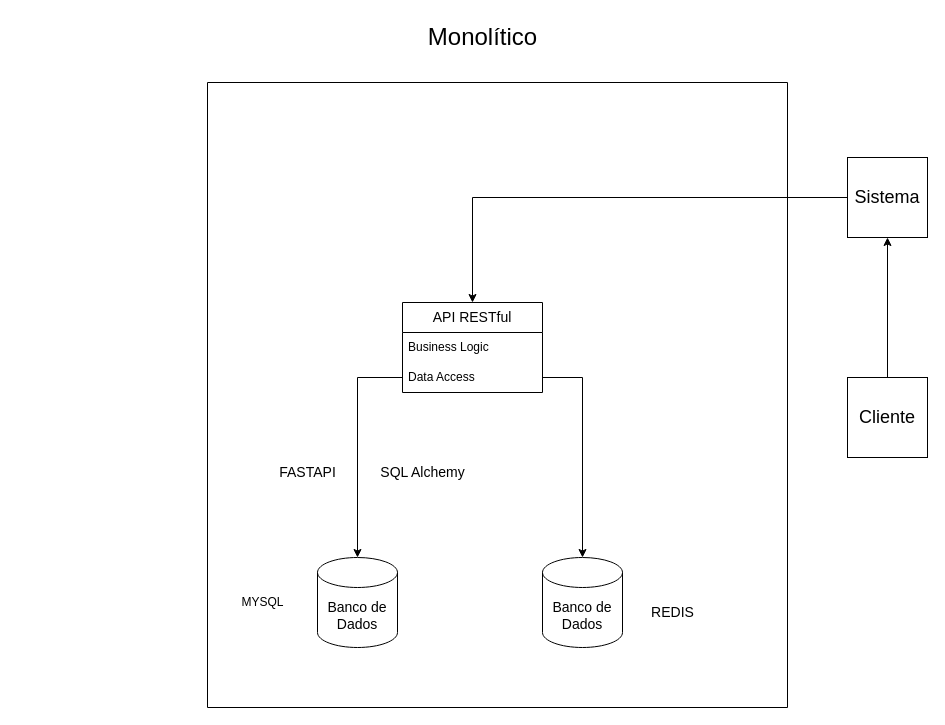
DavidGaleno/api-games keeps this draw.io diagram as Arquitetura Games Database API.drawio. Above is the earlier version. Source tidied: cells renumbered, new cells numbered last; positions are measured from the earlier drawing's top-left corner, leaving out a move shared by most shapes. Both pictures are drawn from the tidied source at 100%, with x=0, y=0 at pixel (207, 17).
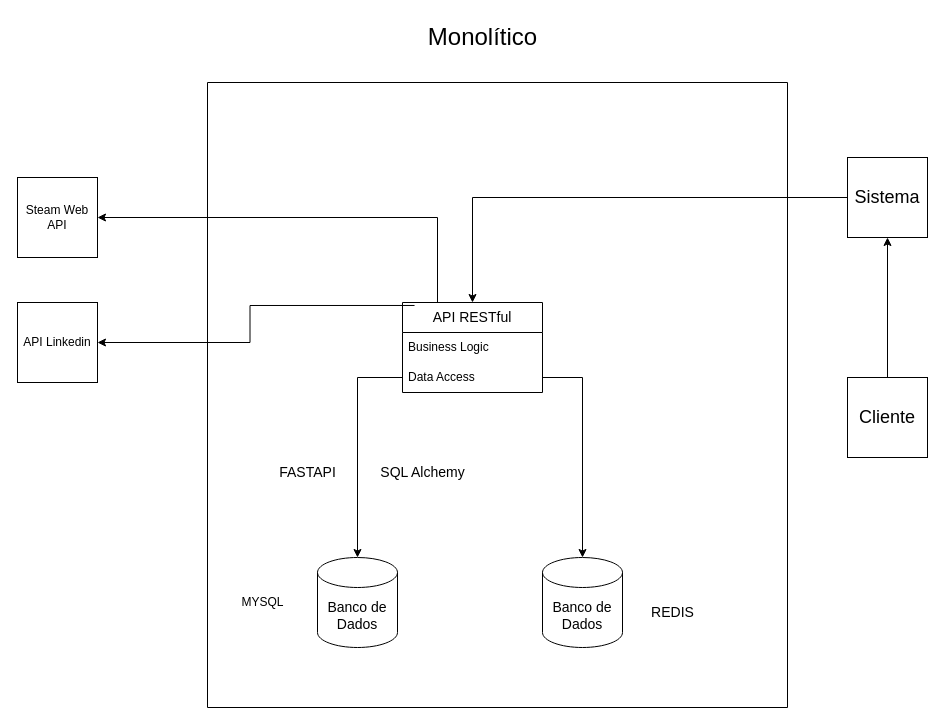
Above is the later version.

The change refers to these unchanged cells:
```xml
<mxCell id="9" value="&lt;font style=&quot;font-size: 14px;&quot;&gt;API RESTful&lt;/font&gt;" style="swimlane;fontStyle=0;horizontal=1;startSize=30;whiteSpace=wrap;html=1;" parent="1" vertex="1">
  <mxGeometry x="195" y="285" width="140" height="90" as="geometry" />
</mxCell>
```

What changed in the source:
```diff
@@
+    <mxCell id="19" style="edgeStyle=orthogonalEdgeStyle;rounded=0;jettySize=auto;html=1;entryX=1;entryY=0.5;entryDx=0;entryDy=0;exitX=0.25;exitY=0;exitDx=0;exitDy=0;" parent="1" edge="1" source="9" target="22">
+      <mxGeometry relative="1" as="geometry" />
+    </mxCell>
@@
+    <mxCell id="20" value="API Linkedin" style="whiteSpace=wrap;html=1;" parent="1" vertex="1">
+      <mxGeometry x="-190" y="285" width="80" height="80" as="geometry" />
+    </mxCell>
+    <mxCell id="21" style="edgeStyle=orthogonalEdgeStyle;rounded=0;jettySize=auto;html=1;exitX=0.086;exitY=0.033;exitDx=0;exitDy=0;exitPerimeter=0;" parent="1" edge="1" source="9" target="20">
+      <mxGeometry relative="1" as="geometry" />
+    </mxCell>
+    <mxCell id="22" value="Steam Web API" style="whiteSpace=wrap;html=1;" parent="1" vertex="1">
+      <mxGeometry x="-190" y="160" width="80" height="80" as="geometry" />
+    </mxCell>
```
